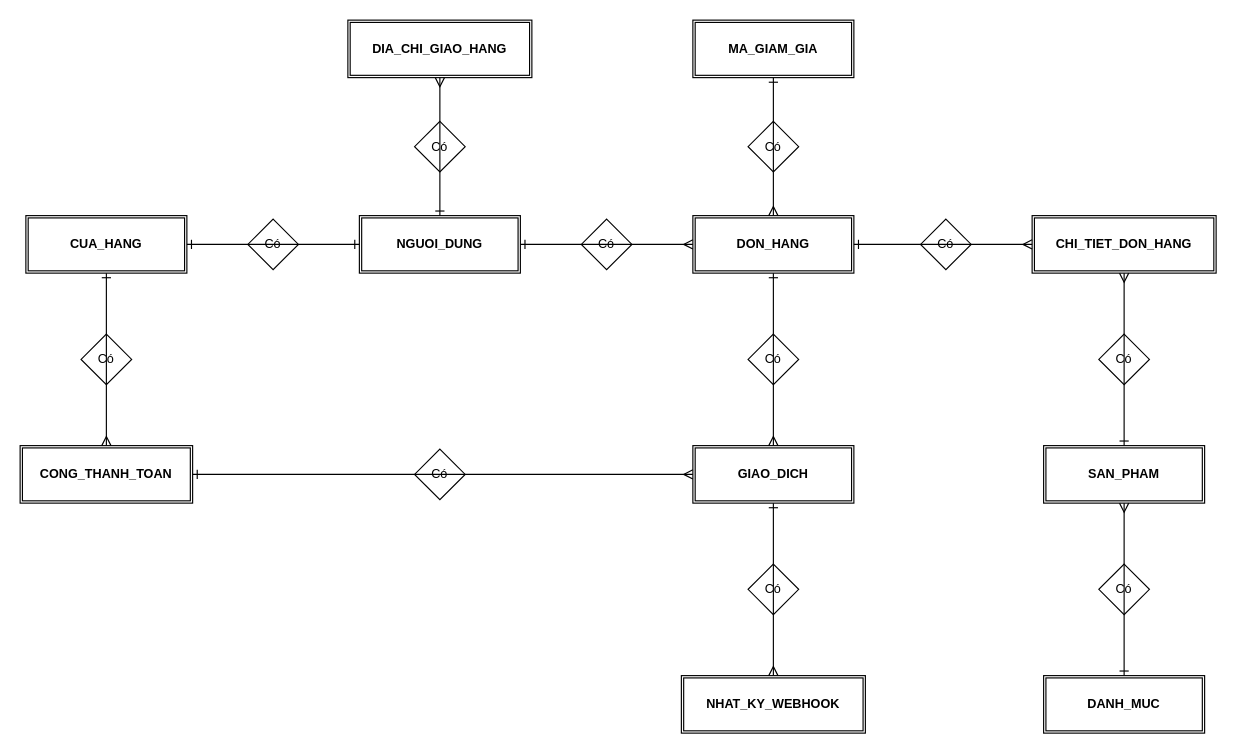
This is csdl/freshmart_erd.drawio from Lokki238/doan, a draw.io file, before an edit. Source tidied: cells renumbered, new cells numbered last; positions are measured from the earlier drawing's top-left corner, leaving out a move shared by most shapes. Both pictures are drawn from the tidied source at 115%, with x=0, y=0 at pixel (20, 20).
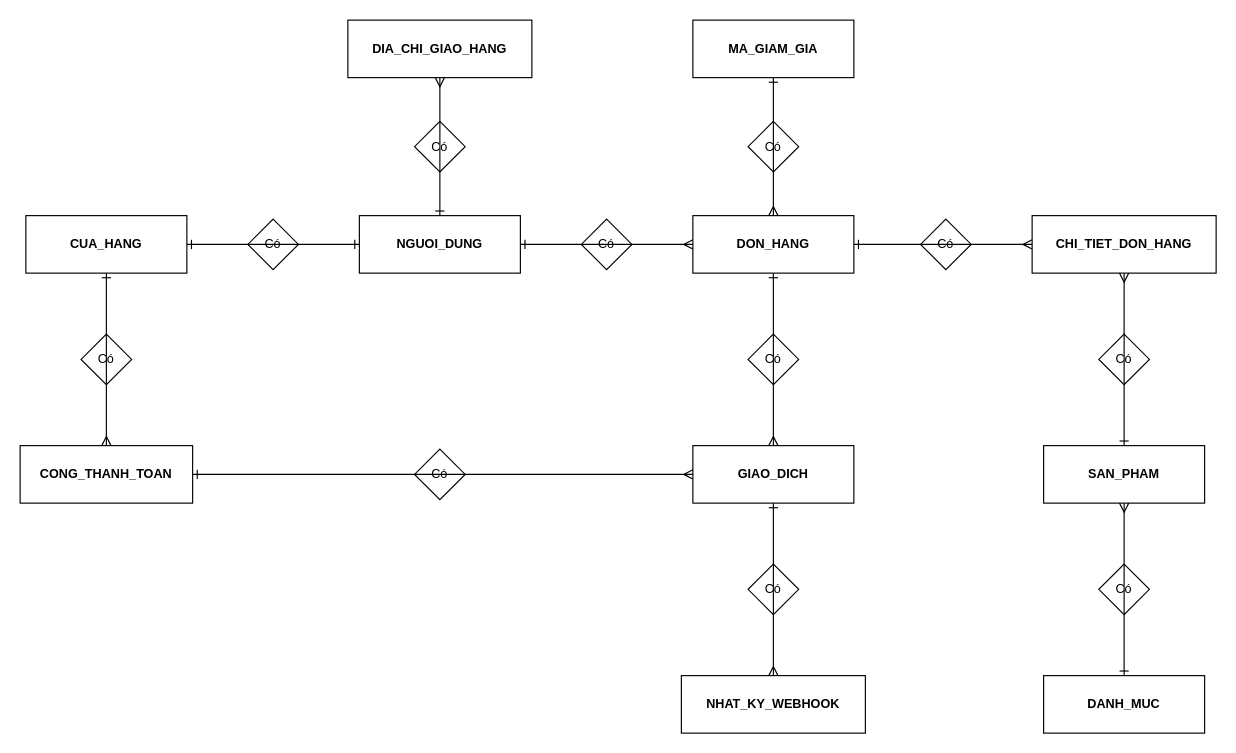
After the change.

Commit message (it also covers changes not shown here):
style: Chuyen tat ca thuc the ve hinh chu nhat don, bo hoan toan 2 vach dung o vien

The edit, as a diff of the source:
```diff
@@
-    <mxCell id="2" value="DIA_CHI_GIAO_HANG" style="shape=ext;double=1;whiteSpace=wrap;html=1;align=center;fontStyle=1;fontSize=11;strokeColor=#000000;fillColor=#ffffff;" parent="1" vertex="1">
+    <mxCell id="2" value="DIA_CHI_GIAO_HANG" style="rounded=0;whiteSpace=wrap;html=1;align=center;fontStyle=1;fontSize=11;strokeColor=#000000;fillColor=#ffffff;" parent="1" vertex="1">
       <mxGeometry x="285" width="160" height="50" as="geometry" />
     </mxCell>
-    <mxCell id="3" value="MA_GIAM_GIA" style="shape=ext;double=1;whiteSpace=wrap;html=1;align=center;fontStyle=1;fontSize=11;strokeColor=#000000;fillColor=#ffffff;" parent="1" vertex="1">
+    <mxCell id="3" value="MA_GIAM_GIA" style="rounded=0;whiteSpace=wrap;html=1;align=center;fontStyle=1;fontSize=11;strokeColor=#000000;fillColor=#ffffff;" parent="1" vertex="1">
       <mxGeometry x="585" width="140" height="50" as="geometry" />
     </mxCell>
-    <mxCell id="4" value="CUA_HANG" style="shape=ext;double=1;whiteSpace=wrap;html=1;align=center;fontStyle=1;fontSize=11;strokeColor=#000000;fillColor=#ffffff;" parent="1" vertex="1">
+    <mxCell id="4" value="CUA_HANG" style="rounded=0;whiteSpace=wrap;html=1;align=center;fontStyle=1;fontSize=11;strokeColor=#000000;fillColor=#ffffff;" parent="1" vertex="1">
       <mxGeometry x="5" y="170" width="140" height="50" as="geometry" />
     </mxCell>
-    <mxCell id="5" value="NGUOI_DUNG" style="shape=ext;double=1;whiteSpace=wrap;html=1;align=center;fontStyle=1;fontSize=11;strokeColor=#000000;fillColor=#ffffff;" parent="1" vertex="1">
+    <mxCell id="5" value="NGUOI_DUNG" style="rounded=0;whiteSpace=wrap;html=1;align=center;fontStyle=1;fontSize=11;strokeColor=#000000;fillColor=#ffffff;" parent="1" vertex="1">
       <mxGeometry x="295" y="170" width="140" height="50" as="geometry" />
     </mxCell>
-    <mxCell id="6" value="DON_HANG" style="shape=ext;double=1;whiteSpace=wrap;html=1;align=center;fontStyle=1;fontSize=11;strokeColor=#000000;fillColor=#ffffff;" parent="1" vertex="1">
+    <mxCell id="6" value="DON_HANG" style="rounded=0;whiteSpace=wrap;html=1;align=center;fontStyle=1;fontSize=11;strokeColor=#000000;fillColor=#ffffff;" parent="1" vertex="1">
       <mxGeometry x="585" y="170" width="140" height="50" as="geometry" />
     </mxCell>
-    <mxCell id="7" value="CHI_TIET_DON_HANG" style="shape=ext;double=1;whiteSpace=wrap;html=1;align=center;fontStyle=1;fontSize=11;strokeColor=#000000;fillColor=#ffffff;" parent="1" vertex="1">
+    <mxCell id="7" value="CHI_TIET_DON_HANG" style="rounded=0;whiteSpace=wrap;html=1;align=center;fontStyle=1;fontSize=11;strokeColor=#000000;fillColor=#ffffff;" parent="1" vertex="1">
       <mxGeometry x="880" y="170" width="160" height="50" as="geometry" />
     </mxCell>
-    <mxCell id="8" value="CONG_THANH_TOAN" style="shape=ext;double=1;whiteSpace=wrap;html=1;align=center;fontStyle=1;fontSize=11;strokeColor=#000000;fillColor=#ffffff;" parent="1" vertex="1">
+    <mxCell id="8" value="CONG_THANH_TOAN" style="rounded=0;whiteSpace=wrap;html=1;align=center;fontStyle=1;fontSize=11;strokeColor=#000000;fillColor=#ffffff;" parent="1" vertex="1">
       <mxGeometry y="370" width="150" height="50" as="geometry" />
     </mxCell>
-    <mxCell id="9" value="GIAO_DICH" style="shape=ext;double=1;whiteSpace=wrap;html=1;align=center;fontStyle=1;fontSize=11;strokeColor=#000000;fillColor=#ffffff;" parent="1" vertex="1">
+    <mxCell id="9" value="GIAO_DICH" style="rounded=0;whiteSpace=wrap;html=1;align=center;fontStyle=1;fontSize=11;strokeColor=#000000;fillColor=#ffffff;" parent="1" vertex="1">
       <mxGeometry x="585" y="370" width="140" height="50" as="geometry" />
     </mxCell>
-    <mxCell id="10" value="SAN_PHAM" style="shape=ext;double=1;whiteSpace=wrap;html=1;align=center;fontStyle=1;fontSize=11;strokeColor=#000000;fillColor=#ffffff;" parent="1" vertex="1">
+    <mxCell id="10" value="SAN_PHAM" style="rounded=0;whiteSpace=wrap;html=1;align=center;fontStyle=1;fontSize=11;strokeColor=#000000;fillColor=#ffffff;" parent="1" vertex="1">
       <mxGeometry x="890" y="370" width="140" height="50" as="geometry" />
     </mxCell>
-    <mxCell id="11" value="NHAT_KY_WEBHOOK" style="shape=ext;double=1;whiteSpace=wrap;html=1;align=center;fontStyle=1;fontSize=11;strokeColor=#000000;fillColor=#ffffff;" parent="1" vertex="1">
+    <mxCell id="11" value="NHAT_KY_WEBHOOK" style="rounded=0;whiteSpace=wrap;html=1;align=center;fontStyle=1;fontSize=11;strokeColor=#000000;fillColor=#ffffff;" parent="1" vertex="1">
       <mxGeometry x="575" y="570" width="160" height="50" as="geometry" />
     </mxCell>
-    <mxCell id="12" value="DANH_MUC" style="shape=ext;double=1;whiteSpace=wrap;html=1;align=center;fontStyle=1;fontSize=11;strokeColor=#000000;fillColor=#ffffff;" parent="1" vertex="1">
+    <mxCell id="12" value="DANH_MUC" style="rounded=0;whiteSpace=wrap;html=1;align=center;fontStyle=1;fontSize=11;strokeColor=#000000;fillColor=#ffffff;" parent="1" vertex="1">
       <mxGeometry x="890" y="570" width="140" height="50" as="geometry" />
     </mxCell>
```
